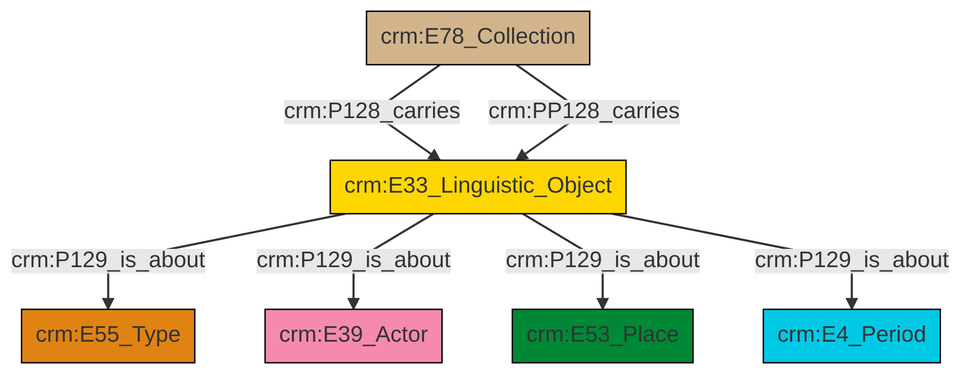
swiss-art-research-net/docs.swissartresearch keeps this Mermaid diagram as et/archivalCSV/ttl/mmd/png/archival_aboutness.png. Above is the earlier version. Its source is kept beside it as et/archivalCSV/ttl/mmd/archival_aboutness.ttl.mmd.
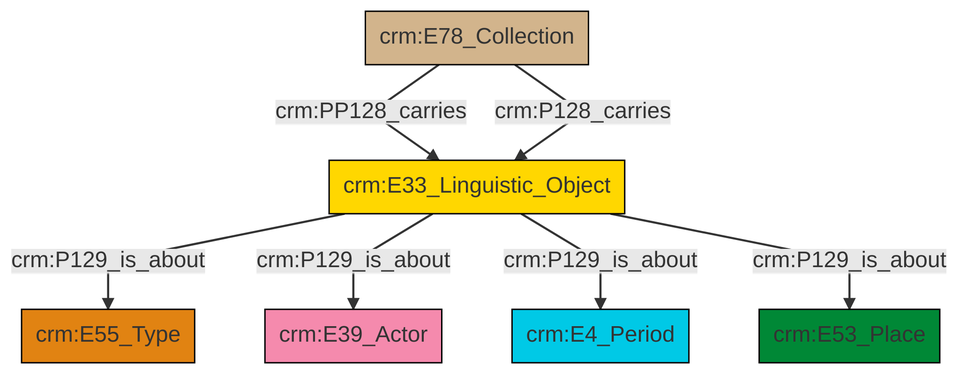
The same file after the commit.

Diff of the diagram source:
```diff
@@ -13,9 +13,9 @@
 classDef PC_Classes fill:#4ce600, stroke:#000000;
 classDef Multi fill:#cccccc,stroke:#000000;
 
-2["crm:E33_Linguistic_Object"]:::Conceptual_Object -->|crm:P129_is_about| 4["crm:E55_Type"]:::Type
-6["crm:E78_Collection"]:::Physical_Thing -->|crm:P128_carries| 2["crm:E33_Linguistic_Object"]:::Conceptual_Object
-2["crm:E33_Linguistic_Object"]:::Conceptual_Object -->|crm:P129_is_about| 7["crm:E39_Actor"]:::Actor
-2["crm:E33_Linguistic_Object"]:::Conceptual_Object -->|crm:P129_is_about| 8["crm:E53_Place"]:::Place
-2["crm:E33_Linguistic_Object"]:::Conceptual_Object -->|crm:P129_is_about| 0["crm:E4_Period"]:::Temporal_Entity
-6["crm:E78_Collection"]:::Physical_Thing -->|crm:PP128_carries| 2["crm:E33_Linguistic_Object"]:::Conceptual_Object
+2["crm:E33_Linguistic_Object"]:::Conceptual_Object -->|crm:P129_is_about| 3["crm:E55_Type"]:::Type
+2["crm:E33_Linguistic_Object"]:::Conceptual_Object -->|crm:P129_is_about| 4["crm:E39_Actor"]:::Actor
+2["crm:E33_Linguistic_Object"]:::Conceptual_Object -->|crm:P129_is_about| 6["crm:E4_Period"]:::Temporal_Entity
+0["crm:E78_Collection"]:::Physical_Thing -->|crm:PP128_carries| 2["crm:E33_Linguistic_Object"]:::Conceptual_Object
+0["crm:E78_Collection"]:::Physical_Thing -->|crm:P128_carries| 2["crm:E33_Linguistic_Object"]:::Conceptual_Object
+2["crm:E33_Linguistic_Object"]:::Conceptual_Object -->|crm:P129_is_about| 10["crm:E53_Place"]:::Place
```
